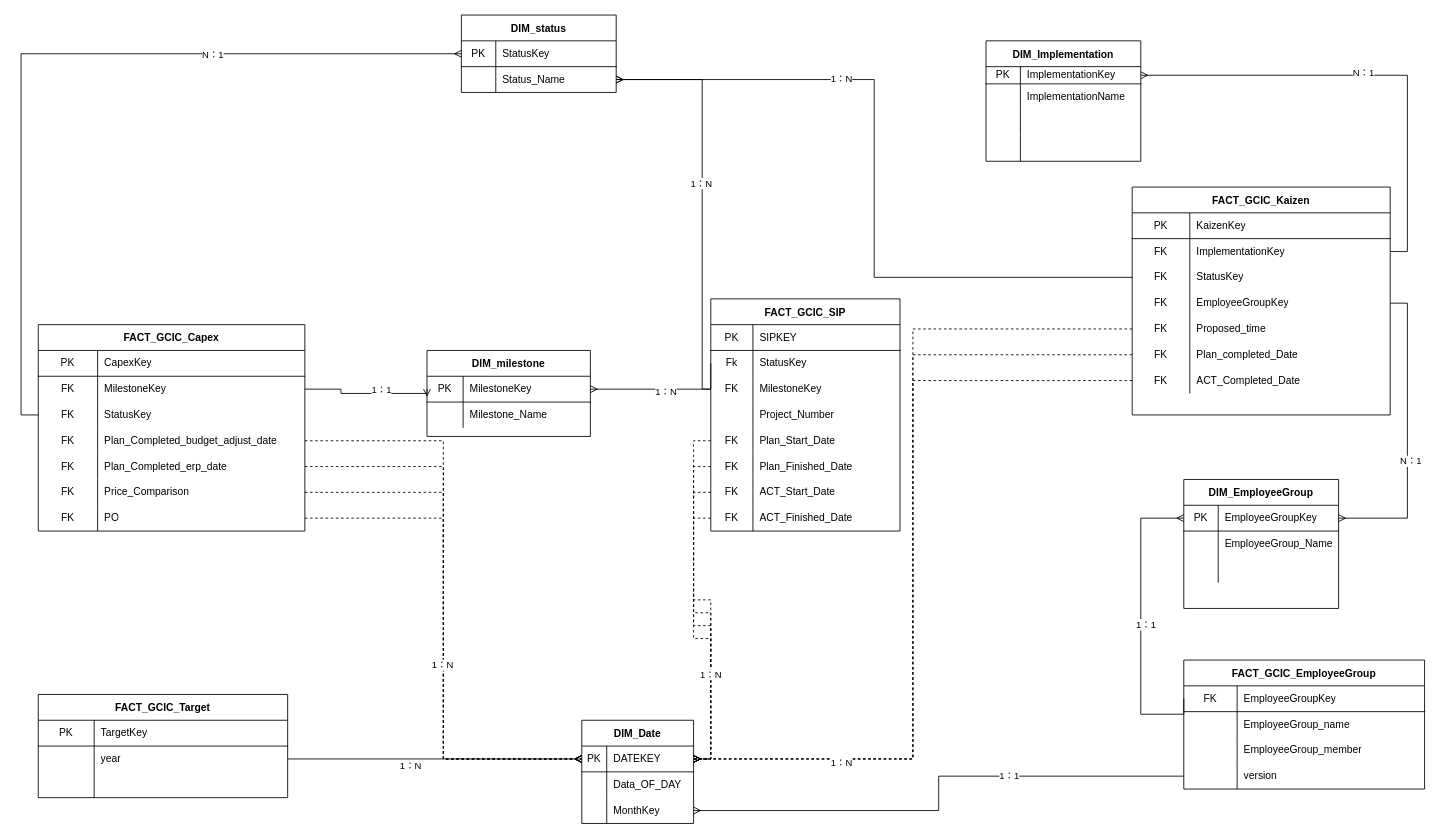
This is Untitled Diagram.drawio from cyz12/an, a draw.io file, before an edit. Source tidied: cells renumbered, new cells numbered last; positions are measured from the earlier drawing's top-left corner, leaving out a move shared by most shapes. Both pictures are drawn from the tidied source at 86%, with x=0, y=0 at pixel (38, 15).
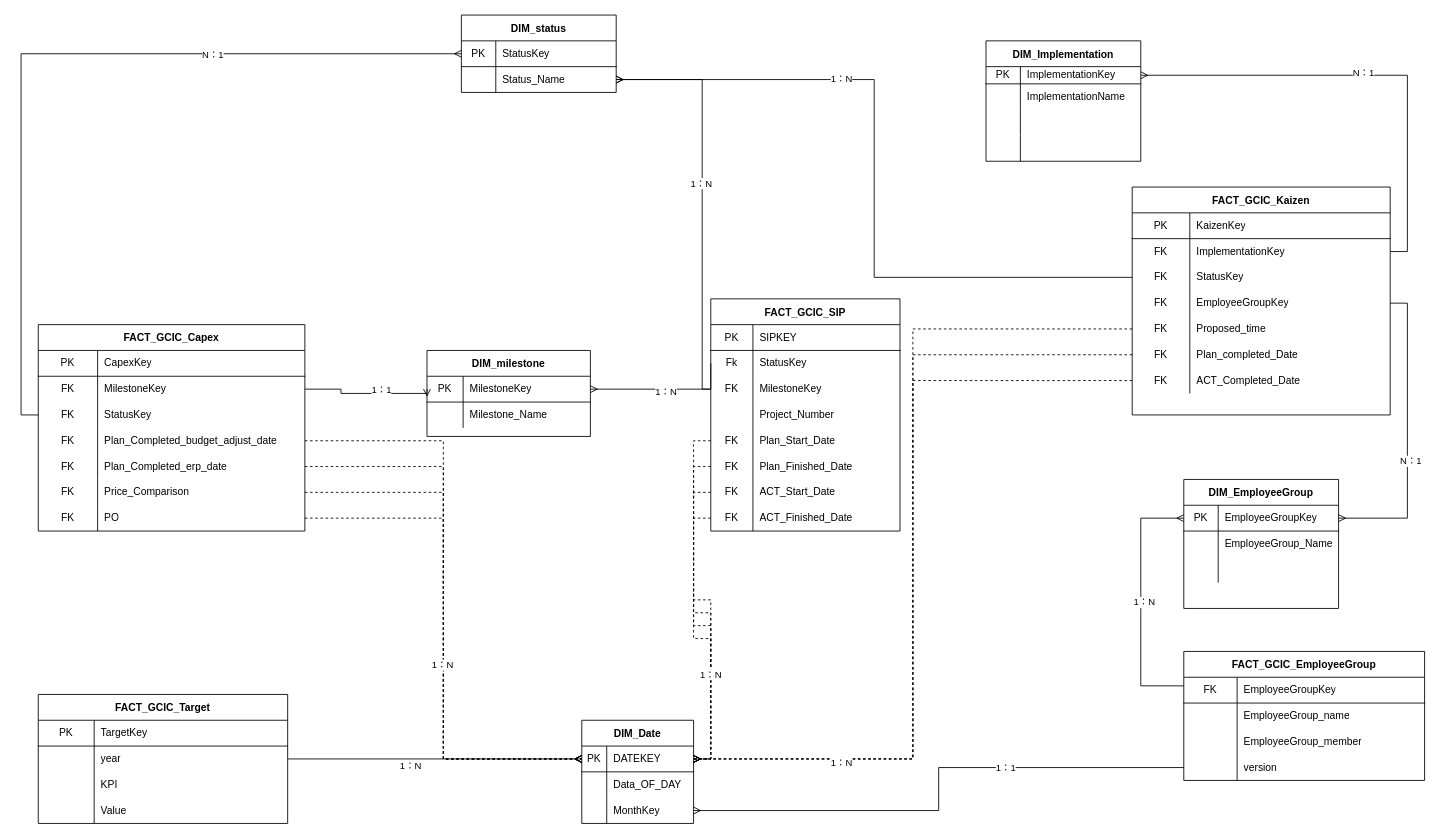
The same diagram, later.

Unchanged cells that the change refers to:
```xml
<mxCell id="3" style="shape=partialRectangle;html=1;whiteSpace=wrap;fillColor=none;top=0;left=0;bottom=1;right=0;points=[[0,0.5],[1,0.5]];portConstraint=eastwest;" parent="2" vertex="1">
  <mxGeometry y="30" width="180" height="30" as="geometry" />
</mxCell>
<mxCell id="108" style="shape=partialRectangle;html=1;whiteSpace=wrap;fillColor=none;top=0;left=0;bottom=0;right=0;" parent="101" vertex="1">
  <mxGeometry y="90" width="290" height="30" as="geometry" />
</mxCell>
<mxCell id="119" style="shape=partialRectangle;html=1;whiteSpace=wrap;fillColor=none;top=0;left=0;bottom=1;right=0;points=[[0,0.5],[1,0.5]];portConstraint=eastwest;" parent="118" vertex="1">
  <mxGeometry y="30" width="280" height="30" as="geometry" />
</mxCell>
```

What changed in the source:
```diff
@@
     <mxCell id="101" value="FACT_GCIC_Target" style="shape=table;startSize=30;childLayout=tableLayout;rowLines=0;fontStyle=1;align=center;" parent="1" vertex="1">
-      <mxGeometry y="790" width="290" height="120" as="geometry" />
+      <mxGeometry y="790" width="290" height="150" as="geometry" />
     </mxCell>
@@
-    <mxCell id="110" style="shape=partialRectangle;html=1;whiteSpace=wrap;fillColor=none;top=0;left=0;bottom=0;right=0;align=left;spacingLeft=6;overflow=hidden;" parent="108" vertex="1">
+    <mxCell id="110" value="KPI" style="shape=partialRectangle;html=1;whiteSpace=wrap;fillColor=none;top=0;left=0;bottom=0;right=0;align=left;spacingLeft=6;overflow=hidden;" parent="108" vertex="1">
       <mxGeometry x="65" width="225" height="30" as="geometry" />
     </mxCell>
+    <mxCell id="175" style="shape=partialRectangle;html=1;whiteSpace=wrap;fillColor=none;top=0;left=0;bottom=0;right=0;" parent="101" vertex="1">
+      <mxGeometry y="120" width="290" height="30" as="geometry" />
+    </mxCell>
+    <mxCell id="176" style="shape=partialRectangle;html=1;whiteSpace=wrap;fillColor=none;top=0;left=0;bottom=0;right=0;overflow=hidden;" parent="175" vertex="1">
+      <mxGeometry width="65" height="30" as="geometry" />
+    </mxCell>
+    <mxCell id="177" value="Value" style="shape=partialRectangle;html=1;whiteSpace=wrap;fillColor=none;top=0;left=0;bottom=0;right=0;align=left;spacingLeft=6;overflow=hidden;" parent="175" vertex="1">
+      <mxGeometry x="65" width="225" height="30" as="geometry" />
+    </mxCell>
@@
     <mxCell id="118" value="FACT_GCIC_EmployeeGroup" style="shape=table;startSize=30;childLayout=tableLayout;rowLines=0;fontStyle=1;align=center;" parent="1" vertex="1">
-      <mxGeometry x="1332" y="750" width="280" height="150" as="geometry" />
+      <mxGeometry x="1332" y="740" width="280" height="150" as="geometry" />
     </mxCell>
@@
-    <mxCell id="171" style="edgeStyle=orthogonalEdgeStyle;rounded=0;jettySize=auto;html=1;exitX=0;exitY=0.5;exitDx=0;exitDy=0;entryX=0;entryY=0.5;entryDx=0;entryDy=0;endArrow=ERmany;endFill=0;" parent="1" edge="1" source="119" target="3">
+    <mxCell id="171" style="edgeStyle=orthogonalEdgeStyle;rounded=0;jettySize=auto;html=1;entryX=0;entryY=0.5;entryDx=0;entryDy=0;endArrow=ERmany;endFill=0;" parent="1" edge="1" source="119" target="3">
       <mxGeometry relative="1" as="geometry">
         <Array as="points">
-          <mxPoint x="1282" y="813" />
+          <mxPoint x="1282" y="780" />
           <mxPoint x="1282" y="585" />
         </Array>
       </mxGeometry>
     </mxCell>
-    <mxCell id="172" value="1：1" style="edgeLabel;html=1;align=center;verticalAlign=middle;" parent="171" vertex="1">
-      <mxGeometry y="-5" relative="1" as="geometry" />
+    <mxCell id="172" value="1：N" style="edgeLabel;html=1;align=center;verticalAlign=middle;" parent="171" vertex="1">
+      <mxGeometry y="-5" relative="1" as="geometry">
+        <mxPoint x="-2" as="offset" />
+      </mxGeometry>
     </mxCell>
```
